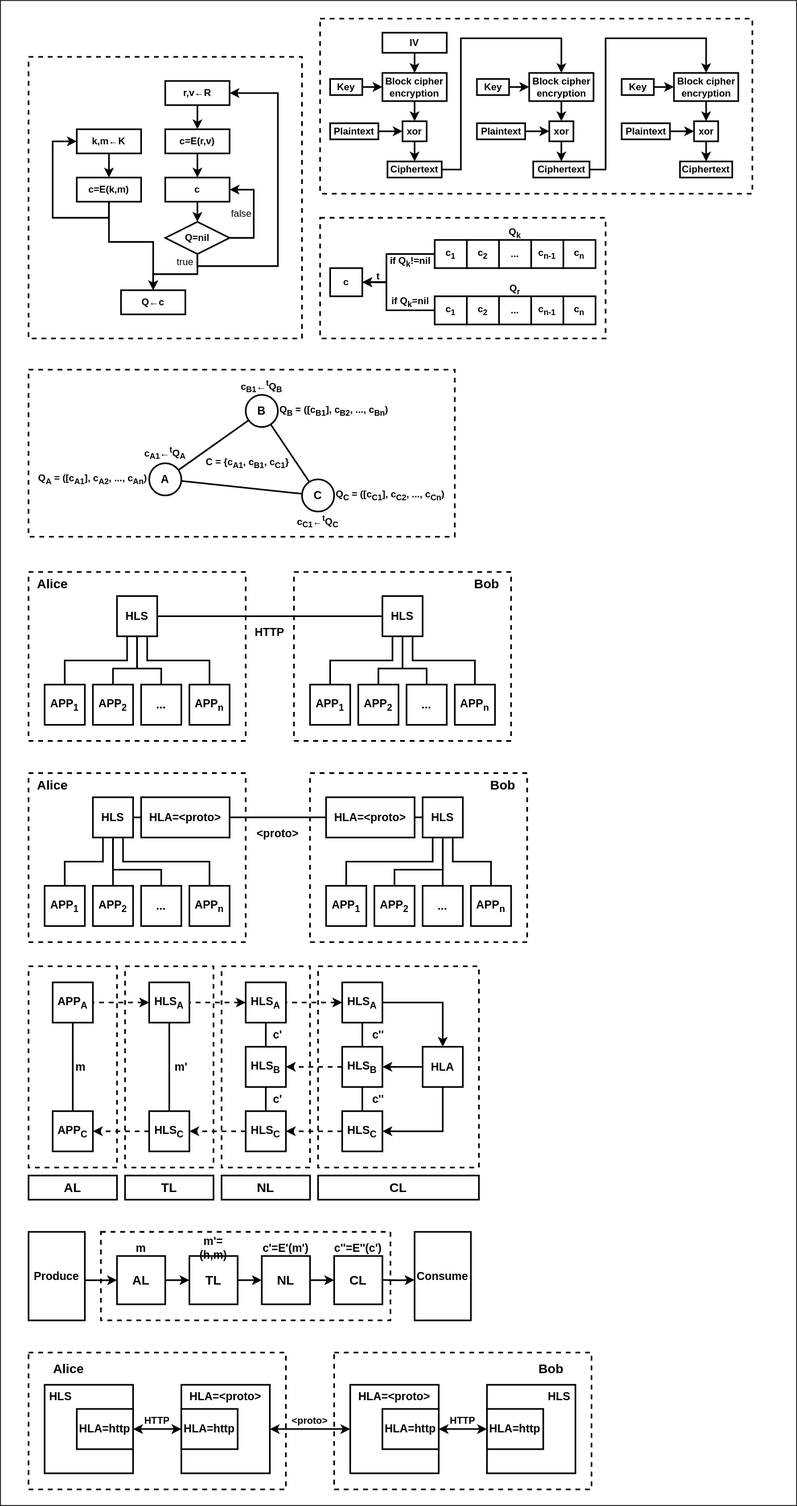
Earlier version of the draw.io export docs/hidden_lake_anonymous_network_scheme.svg (number571/hidden-lake). Source tidied: cells renumbered, new cells last; positions are measured from the earlier drawing's top-left corner, leaving out a move shared by most shapes.
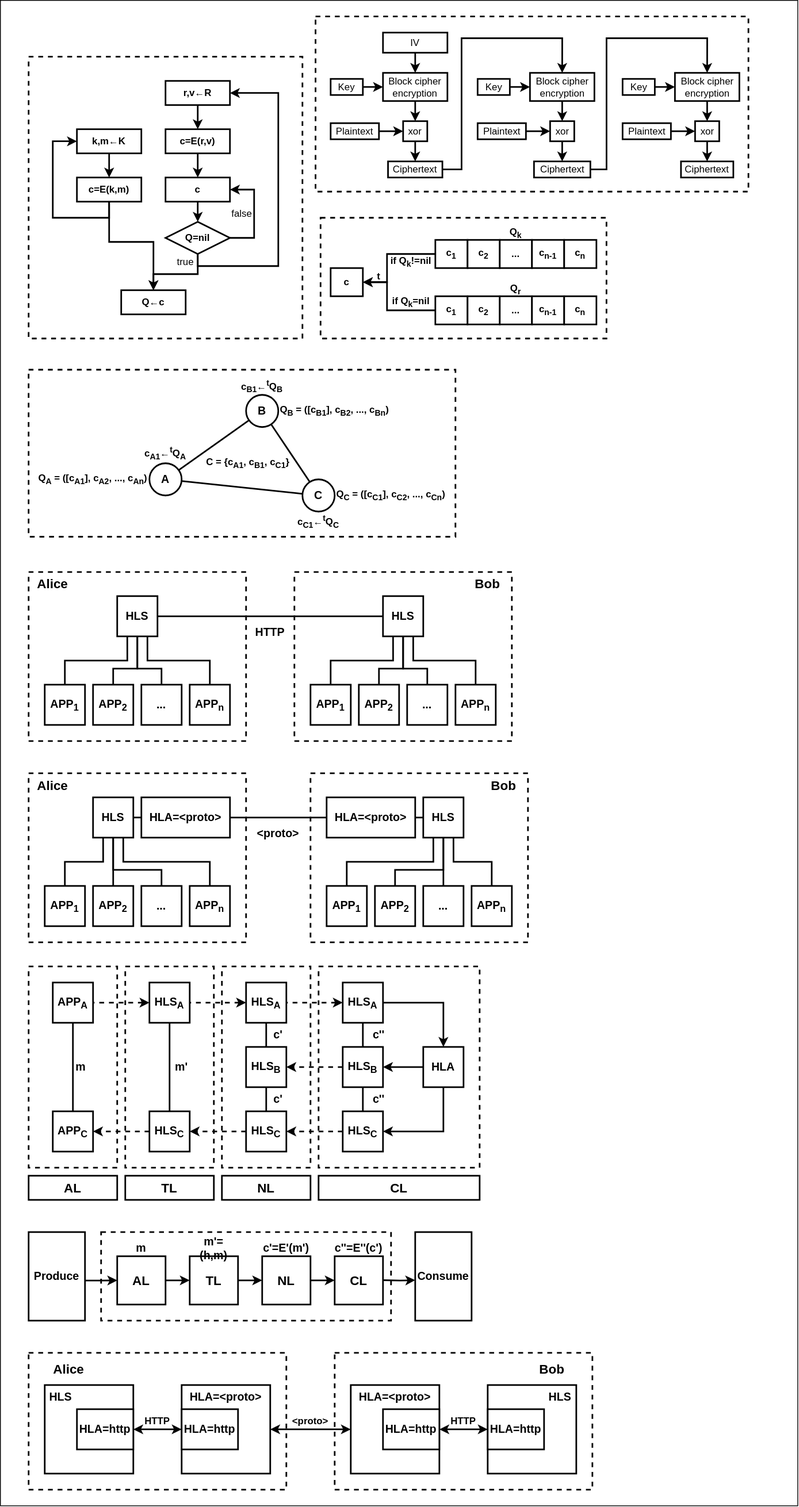
Later version of the same file.

Change to the diagram source:
```diff
@@ -641,19 +641,19 @@
     <mxCell id="186" style="edgeStyle=orthogonalEdgeStyle;rounded=0;jettySize=auto;html=1;exitX=0.5;exitY=1;exitDx=0;exitDy=0;entryX=0.5;entryY=0;entryDx=0;entryDy=0;strokeWidth=2;" parent="1" edge="1" source="187" target="197">
       <mxGeometry relative="1" as="geometry" />
     </mxCell>
-    <mxCell id="187" value="&lt;b&gt;Block cipher encryption&lt;br&gt;&lt;/b&gt;" style="rounded=0;whiteSpace=wrap;html=1;strokeWidth=2;" parent="1" vertex="1">
+    <mxCell id="187" value="Block cipher encryption" style="rounded=0;whiteSpace=wrap;html=1;strokeWidth=2;" parent="1" vertex="1">
       <mxGeometry x="475" y="90" width="80" height="35" as="geometry" />
     </mxCell>
     <mxCell id="188" style="edgeStyle=orthogonalEdgeStyle;rounded=0;jettySize=auto;html=1;exitX=0.5;exitY=1;exitDx=0;exitDy=0;entryX=0.5;entryY=0;entryDx=0;entryDy=0;strokeWidth=2;" parent="1" edge="1" source="189" target="187">
       <mxGeometry relative="1" as="geometry" />
     </mxCell>
-    <mxCell id="189" value="&lt;b&gt;IV&lt;/b&gt;" style="rounded=0;whiteSpace=wrap;html=1;strokeWidth=2;" parent="1" vertex="1">
+    <mxCell id="189" value="IV" style="rounded=0;whiteSpace=wrap;html=1;strokeWidth=2;" parent="1" vertex="1">
       <mxGeometry x="475" y="40" width="80" height="25" as="geometry" />
     </mxCell>
     <mxCell id="190" style="edgeStyle=orthogonalEdgeStyle;rounded=0;jettySize=auto;html=1;exitX=1;exitY=0.5;exitDx=0;exitDy=0;entryX=0;entryY=0.5;entryDx=0;entryDy=0;strokeWidth=2;" parent="1" edge="1" source="191" target="187">
       <mxGeometry relative="1" as="geometry" />
     </mxCell>
-    <mxCell id="191" value="&lt;b&gt;Key&lt;/b&gt;" style="rounded=0;whiteSpace=wrap;html=1;strokeWidth=2;" parent="1" vertex="1">
+    <mxCell id="191" value="Key" style="rounded=0;whiteSpace=wrap;html=1;strokeWidth=2;" parent="1" vertex="1">
       <mxGeometry x="410" y="97.5" width="40" height="20" as="geometry" />
     </mxCell>
     <mxCell id="192" style="edgeStyle=orthogonalEdgeStyle;rounded=0;jettySize=auto;html=1;exitX=1;exitY=0.5;exitDx=0;exitDy=0;entryX=0.5;entryY=0;entryDx=0;entryDy=0;strokeWidth=2;" parent="1" edge="1" source="193" target="199">
@@ -665,31 +665,31 @@
         </Array>
       </mxGeometry>
     </mxCell>
-    <mxCell id="193" value="&lt;b&gt;Ciphertext&lt;/b&gt;" style="rounded=0;whiteSpace=wrap;html=1;strokeWidth=2;" parent="1" vertex="1">
+    <mxCell id="193" value="Ciphertext" style="rounded=0;whiteSpace=wrap;html=1;strokeWidth=2;" parent="1" vertex="1">
       <mxGeometry x="481.2" y="200" width="67.5" height="20" as="geometry" />
     </mxCell>
     <mxCell id="194" style="edgeStyle=orthogonalEdgeStyle;rounded=0;jettySize=auto;html=1;exitX=1;exitY=0.5;exitDx=0;exitDy=0;entryX=0;entryY=0.5;entryDx=0;entryDy=0;strokeWidth=2;" parent="1" edge="1" source="195" target="197">
       <mxGeometry relative="1" as="geometry" />
     </mxCell>
-    <mxCell id="195" value="&lt;b&gt;Plaintext&lt;/b&gt;" style="rounded=0;whiteSpace=wrap;html=1;strokeWidth=2;" parent="1" vertex="1">
+    <mxCell id="195" value="Plaintext" style="rounded=0;whiteSpace=wrap;html=1;strokeWidth=2;" parent="1" vertex="1">
       <mxGeometry x="410" y="152.5" width="60" height="20" as="geometry" />
     </mxCell>
     <mxCell id="196" style="edgeStyle=orthogonalEdgeStyle;rounded=0;jettySize=auto;html=1;exitX=0.5;exitY=1;exitDx=0;exitDy=0;entryX=0.5;entryY=0;entryDx=0;entryDy=0;strokeWidth=2;" parent="1" edge="1" source="197" target="193">
       <mxGeometry relative="1" as="geometry" />
     </mxCell>
-    <mxCell id="197" value="&lt;b&gt;xor&lt;/b&gt;" style="rounded=0;whiteSpace=wrap;html=1;strokeWidth=2;" parent="1" vertex="1">
+    <mxCell id="197" value="xor" style="rounded=0;whiteSpace=wrap;html=1;strokeWidth=2;" parent="1" vertex="1">
       <mxGeometry x="500" y="150" width="30" height="25" as="geometry" />
     </mxCell>
     <mxCell id="198" style="edgeStyle=orthogonalEdgeStyle;rounded=0;jettySize=auto;html=1;exitX=0.5;exitY=1;exitDx=0;exitDy=0;entryX=0.5;entryY=0;entryDx=0;entryDy=0;strokeWidth=2;" parent="1" edge="1" source="199" target="207">
       <mxGeometry relative="1" as="geometry" />
     </mxCell>
-    <mxCell id="199" value="&lt;b&gt;Block cipher encryption&lt;br&gt;&lt;/b&gt;" style="rounded=0;whiteSpace=wrap;html=1;strokeWidth=2;" parent="1" vertex="1">
+    <mxCell id="199" value="Block cipher encryption" style="rounded=0;whiteSpace=wrap;html=1;strokeWidth=2;" parent="1" vertex="1">
       <mxGeometry x="657.5" y="90" width="80" height="35" as="geometry" />
     </mxCell>
     <mxCell id="200" style="edgeStyle=orthogonalEdgeStyle;rounded=0;jettySize=auto;html=1;exitX=1;exitY=0.5;exitDx=0;exitDy=0;entryX=0;entryY=0.5;entryDx=0;entryDy=0;strokeWidth=2;" parent="1" edge="1" source="201" target="199">
       <mxGeometry relative="1" as="geometry" />
     </mxCell>
-    <mxCell id="201" value="&lt;b&gt;Key&lt;/b&gt;" style="rounded=0;whiteSpace=wrap;html=1;strokeWidth=2;" parent="1" vertex="1">
+    <mxCell id="201" value="Key" style="rounded=0;whiteSpace=wrap;html=1;strokeWidth=2;" parent="1" vertex="1">
       <mxGeometry x="592.5" y="97.5" width="40" height="20" as="geometry" />
     </mxCell>
     <mxCell id="202" style="edgeStyle=orthogonalEdgeStyle;rounded=0;jettySize=auto;html=1;exitX=1;exitY=0.5;exitDx=0;exitDy=0;entryX=0.5;entryY=0;entryDx=0;entryDy=0;strokeWidth=2;" parent="1" edge="1" source="203" target="209">
@@ -701,50 +701,50 @@
         </Array>
       </mxGeometry>
     </mxCell>
-    <mxCell id="203" value="&lt;b&gt;Ciphertext&lt;/b&gt;" style="rounded=0;whiteSpace=wrap;html=1;strokeWidth=2;" parent="1" vertex="1">
+    <mxCell id="203" value="Ciphertext" style="rounded=0;whiteSpace=wrap;html=1;strokeWidth=2;" parent="1" vertex="1">
       <mxGeometry x="662.5" y="200" width="70" height="20" as="geometry" />
     </mxCell>
     <mxCell id="204" style="edgeStyle=orthogonalEdgeStyle;rounded=0;jettySize=auto;html=1;exitX=1;exitY=0.5;exitDx=0;exitDy=0;entryX=0;entryY=0.5;entryDx=0;entryDy=0;strokeWidth=2;" parent="1" edge="1" source="205" target="207">
       <mxGeometry relative="1" as="geometry" />
     </mxCell>
-    <mxCell id="205" value="&lt;b&gt;Plaintext&lt;/b&gt;" style="rounded=0;whiteSpace=wrap;html=1;strokeWidth=2;" parent="1" vertex="1">
+    <mxCell id="205" value="Plaintext" style="rounded=0;whiteSpace=wrap;html=1;strokeWidth=2;" parent="1" vertex="1">
       <mxGeometry x="592.5" y="152.5" width="60" height="20" as="geometry" />
     </mxCell>
     <mxCell id="206" style="edgeStyle=orthogonalEdgeStyle;rounded=0;jettySize=auto;html=1;exitX=0.5;exitY=1;exitDx=0;exitDy=0;entryX=0.5;entryY=0;entryDx=0;entryDy=0;strokeWidth=2;" parent="1" edge="1" source="207" target="203">
       <mxGeometry relative="1" as="geometry" />
     </mxCell>
-    <mxCell id="207" value="&lt;b&gt;xor&lt;/b&gt;" style="rounded=0;whiteSpace=wrap;html=1;strokeWidth=2;" parent="1" vertex="1">
+    <mxCell id="207" value="xor" style="rounded=0;whiteSpace=wrap;html=1;strokeWidth=2;" parent="1" vertex="1">
       <mxGeometry x="682.5" y="150" width="30" height="25" as="geometry" />
     </mxCell>
     <mxCell id="208" style="edgeStyle=orthogonalEdgeStyle;rounded=0;jettySize=auto;html=1;exitX=0.5;exitY=1;exitDx=0;exitDy=0;entryX=0.5;entryY=0;entryDx=0;entryDy=0;strokeWidth=2;" parent="1" edge="1" source="209" target="216">
       <mxGeometry relative="1" as="geometry" />
     </mxCell>
-    <mxCell id="209" value="&lt;b&gt;Block cipher encryption&lt;br&gt;&lt;/b&gt;" style="rounded=0;whiteSpace=wrap;html=1;strokeWidth=2;" parent="1" vertex="1">
+    <mxCell id="209" value="Block cipher encryption" style="rounded=0;whiteSpace=wrap;html=1;strokeWidth=2;" parent="1" vertex="1">
       <mxGeometry x="837.5" y="90" width="80" height="35" as="geometry" />
     </mxCell>
     <mxCell id="210" style="edgeStyle=orthogonalEdgeStyle;rounded=0;jettySize=auto;html=1;exitX=1;exitY=0.5;exitDx=0;exitDy=0;entryX=0;entryY=0.5;entryDx=0;entryDy=0;strokeWidth=2;" parent="1" edge="1" source="211" target="209">
       <mxGeometry relative="1" as="geometry" />
     </mxCell>
-    <mxCell id="211" value="&lt;b&gt;Key&lt;/b&gt;" style="rounded=0;whiteSpace=wrap;html=1;strokeWidth=2;" parent="1" vertex="1">
+    <mxCell id="211" value="Key" style="rounded=0;whiteSpace=wrap;html=1;strokeWidth=2;" parent="1" vertex="1">
       <mxGeometry x="772.5" y="97.5" width="40" height="20" as="geometry" />
     </mxCell>
-    <mxCell id="212" value="&lt;b&gt;Ciphertext&lt;/b&gt;" style="rounded=0;whiteSpace=wrap;html=1;strokeWidth=2;" parent="1" vertex="1">
+    <mxCell id="212" value="Ciphertext" style="rounded=0;whiteSpace=wrap;html=1;strokeWidth=2;" parent="1" vertex="1">
       <mxGeometry x="845" y="200" width="65" height="20" as="geometry" />
     </mxCell>
     <mxCell id="213" style="edgeStyle=orthogonalEdgeStyle;rounded=0;jettySize=auto;html=1;exitX=1;exitY=0.5;exitDx=0;exitDy=0;entryX=0;entryY=0.5;entryDx=0;entryDy=0;strokeWidth=2;" parent="1" edge="1" source="214" target="216">
       <mxGeometry relative="1" as="geometry" />
     </mxCell>
-    <mxCell id="214" value="&lt;b&gt;Plaintext&lt;/b&gt;" style="rounded=0;whiteSpace=wrap;html=1;strokeWidth=2;" parent="1" vertex="1">
+    <mxCell id="214" value="Plaintext" style="rounded=0;whiteSpace=wrap;html=1;strokeWidth=2;" parent="1" vertex="1">
       <mxGeometry x="772.5" y="152.5" width="60" height="20" as="geometry" />
     </mxCell>
     <mxCell id="215" style="edgeStyle=orthogonalEdgeStyle;rounded=0;jettySize=auto;html=1;exitX=0.5;exitY=1;exitDx=0;exitDy=0;entryX=0.5;entryY=0;entryDx=0;entryDy=0;strokeWidth=2;" parent="1" edge="1" source="216" target="212">
       <mxGeometry relative="1" as="geometry" />
     </mxCell>
-    <mxCell id="216" value="&lt;b&gt;xor&lt;/b&gt;" style="rounded=0;whiteSpace=wrap;html=1;strokeWidth=2;" parent="1" vertex="1">
+    <mxCell id="216" value="xor" style="rounded=0;whiteSpace=wrap;html=1;strokeWidth=2;" parent="1" vertex="1">
       <mxGeometry x="862.5" y="150" width="30" height="25" as="geometry" />
     </mxCell>
     <mxCell id="217" style="rounded=0;whiteSpace=wrap;html=1;fillColor=none;strokeWidth=2;dashed=1;" parent="1" vertex="1">
-      <mxGeometry x="397.5" y="22.5" width="537.5" height="217.5" as="geometry" />
+      <mxGeometry x="391.2" y="20" width="537.5" height="217.5" as="geometry" />
     </mxCell>
   </root>
 </mxGraphModel>
```
